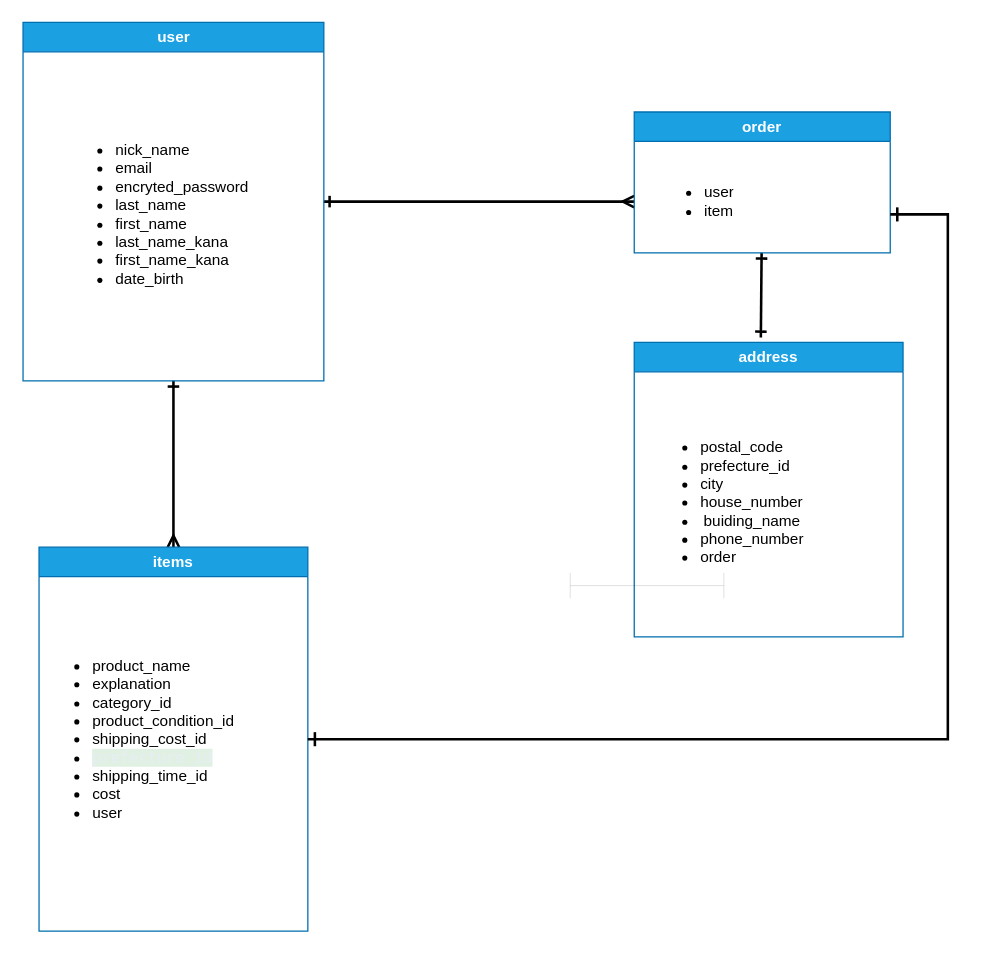
Above: ES図.dio in HaNguyen32/furima-39623 (draw.io), before the change. Source tidied: cells renumbered, new cells numbered last; positions are measured from the earlier drawing's top-left corner, leaving out a move shared by most shapes. Both pictures are drawn from the tidied source at 128%, with x=0, y=0 at pixel (22, 22).
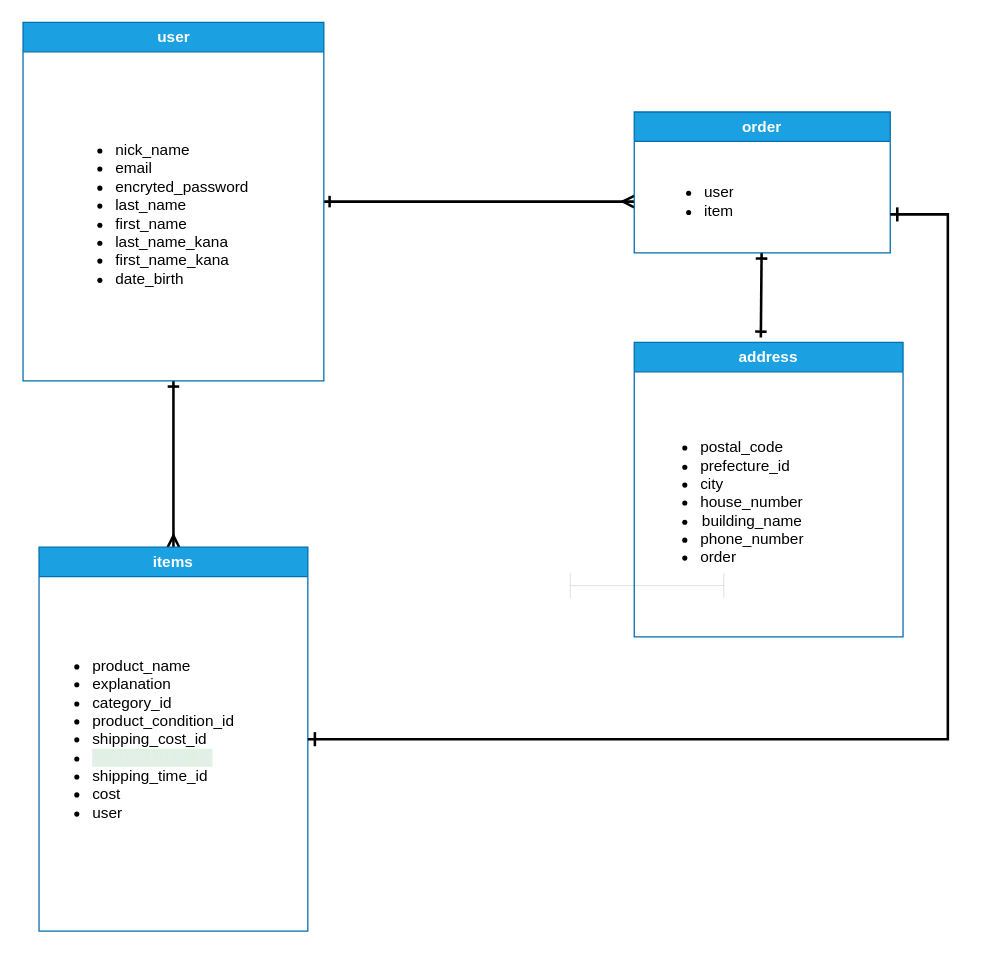
The same diagram, later.

Commit message (it also covers changes not shown here):
DBのカラム名の編集

Change to the diagram source:
```diff
@@
 <mxGraphModel>
   <root>
     <mxCell id="0" />
     <mxCell id="1" parent="0" />
     <mxCell id="2" style="edgeStyle=none;html=1;entryX=0.5;entryY=0;entryDx=0;entryDy=0;endArrow=ERmany;endFill=0;strokeWidth=2;startArrow=ERone;startFill=0;" parent="1" edge="1" source="4" target="6">
       <mxGeometry relative="1" as="geometry">
         <Array as="points">
           <mxPoint x="118" y="280" />
         </Array>
       </mxGeometry>
     </mxCell>
     <mxCell id="3" style="edgeStyle=none;html=1;strokeWidth=2;endArrow=ERmany;endFill=0;startArrow=ERone;startFill=0;" parent="1" edge="1" source="4">
       <mxGeometry relative="1" as="geometry">
         <mxPoint x="478" y="140" as="targetPoint" />
       </mxGeometry>
     </mxCell>
     <mxCell id="4" value="user" style="swimlane;whiteSpace=wrap;html=1;fillColor=#1ba1e2;fontColor=#ffffff;strokeColor=#006EAF;" parent="1" vertex="1">
       <mxGeometry x="0.5" width="235" height="280" as="geometry" />
     </mxCell>
     <mxCell id="5" value="&lt;ul&gt;&lt;li&gt;nick_name&amp;nbsp; &amp;nbsp;&amp;nbsp;&lt;/li&gt;&lt;li&gt;email&lt;/li&gt;&lt;li&gt;&lt;span style=&quot;text-align: center;&quot;&gt;encryted_password&lt;/span&gt;&lt;/li&gt;&lt;li&gt;&lt;span style=&quot;text-align: center;&quot;&gt;last_name&lt;/span&gt;&lt;/li&gt;&lt;li&gt;&lt;span style=&quot;text-align: center;&quot;&gt;first_name&lt;/span&gt;&lt;/li&gt;&lt;li&gt;last_name_kana&lt;/li&gt;&lt;li&gt;first_name_kana&lt;/li&gt;&lt;li&gt;date_birth&lt;/li&gt;&lt;/ul&gt;" style="text;strokeColor=none;fillColor=none;html=1;whiteSpace=wrap;verticalAlign=middle;overflow=hidden;" parent="4" vertex="1">
       <mxGeometry x="30" y="40" width="180" height="220" as="geometry" />
     </mxCell>
     <mxCell id="6" value="items" style="swimlane;whiteSpace=wrap;html=1;fillColor=#1ba1e2;fontColor=#ffffff;strokeColor=#006EAF;" parent="1" vertex="1">
       <mxGeometry x="13" y="410" width="210" height="300" as="geometry" />
     </mxCell>
     <mxCell id="7" value="&lt;ul&gt;&lt;li&gt;&lt;span style=&quot;text-align: center;&quot;&gt;product_name&lt;/span&gt;&lt;br&gt;&lt;/li&gt;&lt;li&gt;&lt;span style=&quot;text-align: center;&quot;&gt;explanation&lt;/span&gt;&lt;br&gt;&lt;/li&gt;&lt;li&gt;&lt;span style=&quot;text-align: center;&quot;&gt;category_id&lt;/span&gt;&lt;br&gt;&lt;/li&gt;&lt;li&gt;&lt;span style=&quot;text-align: center;&quot;&gt;product_condition_id&lt;br&gt;&lt;/span&gt;&lt;/li&gt;&lt;li&gt;&lt;span style=&quot;text-align: center;&quot;&gt;shipping_cost_id&lt;/span&gt;&lt;/li&gt;&lt;li&gt;&lt;span style=&quot;color: rgb(230, 237, 243); font-family: ui-monospace, SFMono-Regular, &amp;quot;SF Mono&amp;quot;, Menlo, Consolas, &amp;quot;Liberation Mono&amp;quot;, monospace; background-color: rgba(46, 160, 67, 0.15);&quot;&gt;prefecture_id&lt;/span&gt;&lt;br&gt;&lt;/li&gt;&lt;li&gt;&lt;span style=&quot;text-align: center;&quot;&gt;shipping_time_id&lt;/span&gt;&lt;/li&gt;&lt;li&gt;cost&lt;/li&gt;&lt;li&gt;&lt;span style=&quot;text-align: center;&quot;&gt;user&lt;/span&gt;&lt;/li&gt;&lt;/ul&gt;" style="text;strokeColor=none;fillColor=none;html=1;whiteSpace=wrap;verticalAlign=middle;overflow=hidden;" parent="6" vertex="1">
       <mxGeometry y="40" width="190" height="220" as="geometry" />
     </mxCell>
     <mxCell id="8" style="edgeStyle=none;html=1;strokeWidth=2;endArrow=ERone;endFill=0;startArrow=ERone;startFill=0;entryX=0.471;entryY=-0.017;entryDx=0;entryDy=0;entryPerimeter=0;" parent="1" edge="1" source="9" target="11">
       <mxGeometry relative="1" as="geometry" />
     </mxCell>
     <mxCell id="9" value="order" style="swimlane;whiteSpace=wrap;html=1;fillColor=#1ba1e2;fontColor=#ffffff;strokeColor=#006EAF;" parent="1" vertex="1">
       <mxGeometry x="478" y="70" width="200" height="110" as="geometry" />
     </mxCell>
     <mxCell id="10" value="&lt;ul&gt;&lt;li&gt;user&lt;/li&gt;&lt;li&gt;item&lt;/li&gt;&lt;/ul&gt;" style="text;strokeColor=none;fillColor=none;html=1;whiteSpace=wrap;verticalAlign=middle;overflow=hidden;" parent="9" vertex="1">
       <mxGeometry x="12.5" y="40" width="175" height="60" as="geometry" />
     </mxCell>
     <mxCell id="11" value="address" style="swimlane;whiteSpace=wrap;html=1;fillColor=#1ba1e2;fontColor=#ffffff;strokeColor=#006EAF;" parent="1" vertex="1">
       <mxGeometry x="478" y="250" width="210" height="230" as="geometry" />
     </mxCell>
-    <mxCell id="12" value="&lt;ul&gt;&lt;li&gt;postal_code&lt;/li&gt;&lt;li&gt;&lt;span style=&quot;text-align: center;&quot;&gt;prefecture_id&lt;/span&gt;&lt;br&gt;&lt;/li&gt;&lt;li&gt;&lt;span style=&quot;text-align: center;&quot;&gt;city&lt;/span&gt;&lt;/li&gt;&lt;li&gt;&lt;span style=&quot;text-align: center;&quot;&gt;house_number&lt;/span&gt;&lt;/li&gt;&lt;li style=&quot;text-align: center;&quot;&gt;buiding_name&lt;/li&gt;&lt;li&gt;&lt;span style=&quot;text-align: center;&quot;&gt;phone_number&lt;br&gt;&lt;/span&gt;&lt;/li&gt;&lt;li&gt;&lt;span style=&quot;text-align: center;&quot;&gt;order&lt;/span&gt;&lt;/li&gt;&lt;/ul&gt;" style="text;strokeColor=none;fillColor=none;html=1;whiteSpace=wrap;verticalAlign=middle;overflow=hidden;" parent="11" vertex="1">
+    <mxCell id="12" value="&lt;ul&gt;&lt;li&gt;postal_code&lt;/li&gt;&lt;li&gt;&lt;span style=&quot;text-align: center;&quot;&gt;prefecture_id&lt;/span&gt;&lt;br&gt;&lt;/li&gt;&lt;li&gt;&lt;span style=&quot;text-align: center;&quot;&gt;city&lt;/span&gt;&lt;/li&gt;&lt;li&gt;&lt;span style=&quot;text-align: center;&quot;&gt;house_number&lt;/span&gt;&lt;/li&gt;&lt;li style=&quot;text-align: center;&quot;&gt;building_name&lt;/li&gt;&lt;li&gt;&lt;span style=&quot;text-align: center;&quot;&gt;phone_number&lt;br&gt;&lt;/span&gt;&lt;/li&gt;&lt;li&gt;&lt;span style=&quot;text-align: center;&quot;&gt;order&lt;/span&gt;&lt;/li&gt;&lt;/ul&gt;" style="text;strokeColor=none;fillColor=none;html=1;whiteSpace=wrap;verticalAlign=middle;overflow=hidden;" parent="11" vertex="1">
       <mxGeometry x="10" y="40" width="160" height="170" as="geometry" />
     </mxCell>
     <mxCell id="13" style="edgeStyle=segmentEdgeStyle;endArrow=ERone;html=1;curved=0;rounded=0;endSize=8;startSize=8;strokeWidth=2;endFill=0;startArrow=ERone;startFill=0;" parent="1" edge="1">
       <mxGeometry relative="1" as="geometry">
         <mxPoint x="678" y="150" as="sourcePoint" />
         <mxPoint x="223" y="560" as="targetPoint" />
         <Array as="points">
           <mxPoint x="723" y="150" />
           <mxPoint x="723" y="560" />
           <mxPoint x="223" y="560" />
         </Array>
       </mxGeometry>
     </mxCell>
     <mxCell id="14" style="shape=crossbar;whiteSpace=wrap;html=1;rounded=1;strokeWidth=0;" parent="1" vertex="1">
       <mxGeometry x="428" y="430" width="120" height="20" as="geometry" />
     </mxCell>
   </root>
 </mxGraphModel>
```
